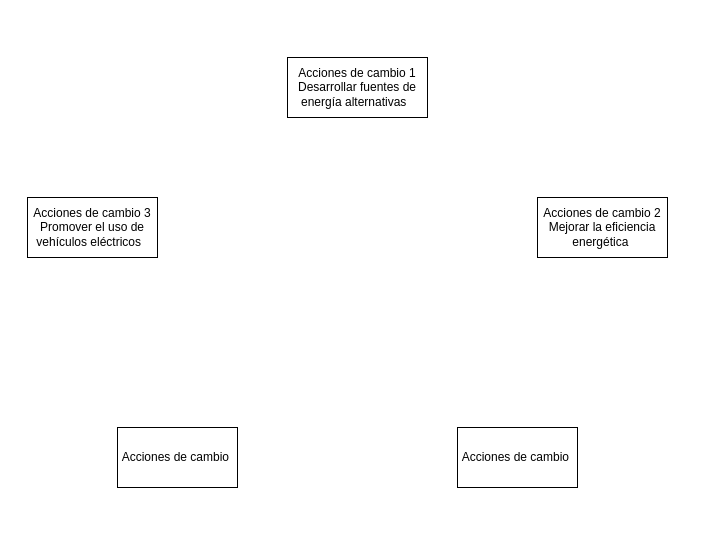
This is Diagrama sin título.drawio from Diego-Campo/sistemas, a draw.io file, before an edit. Source tidied: cells renumbered, new cells numbered last; positions are measured from the earlier drawing's top-left corner, leaving out a move shared by most shapes. Both pictures are drawn from the tidied source at 100%, with x=0, y=0 at pixel (27, 57).
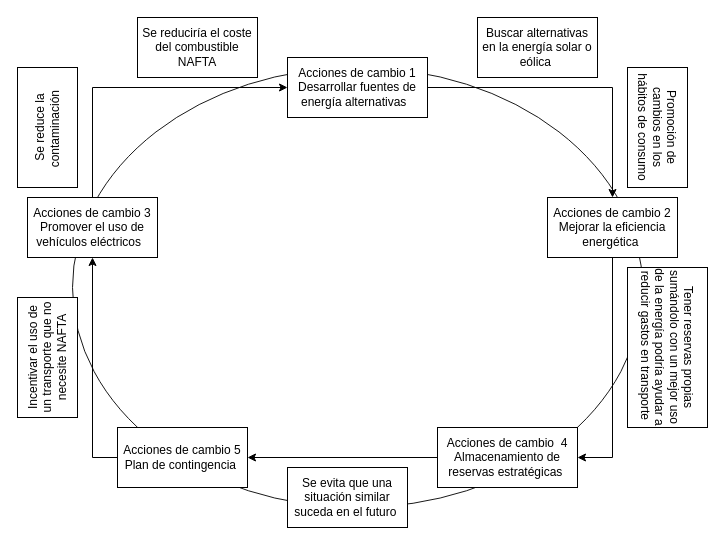
After the change.

Change to the diagram source:
```diff
@@
 <mxGraphModel>
   <root>
     <mxCell id="0" />
     <mxCell id="1" parent="0" />
+    <mxCell id="7" style="ellipse;whiteSpace=wrap;html=1;gradientColor=default;fillColor=none;opacity=90;" parent="1" vertex="1">
+      <mxGeometry x="45" y="10" width="570" height="440" as="geometry" />
+    </mxCell>
+    <mxCell id="8" style="edgeStyle=orthogonalEdgeStyle;rounded=0;jettySize=auto;html=1;exitX=1;exitY=0.5;exitDx=0;exitDy=0;entryX=0.5;entryY=0;entryDx=0;entryDy=0;" parent="1" edge="1" source="2" target="5">
+      <mxGeometry relative="1" as="geometry" />
+    </mxCell>
     <mxCell id="2" value="Acciones de cambio 1&lt;br&gt;Desarrollar fuentes de energía alternativas&amp;nbsp;&amp;nbsp;" style="rounded=0;whiteSpace=wrap;html=1;" parent="1" vertex="1">
       <mxGeometry x="260" width="140" height="60" as="geometry" />
     </mxCell>
+    <mxCell id="9" style="edgeStyle=orthogonalEdgeStyle;rounded=0;jettySize=auto;html=1;exitX=0.5;exitY=0;exitDx=0;exitDy=0;entryX=0;entryY=0.5;entryDx=0;entryDy=0;" parent="1" edge="1" source="3" target="2">
+      <mxGeometry relative="1" as="geometry" />
+    </mxCell>
     <mxCell id="3" value="Acciones de cambio 3&lt;br&gt;Promover el uso de vehículos eléctricos&amp;nbsp;&amp;nbsp;" style="rounded=0;whiteSpace=wrap;html=1;" parent="1" vertex="1">
       <mxGeometry y="140" width="130" height="60" as="geometry" />
     </mxCell>
+    <mxCell id="10" style="edgeStyle=orthogonalEdgeStyle;rounded=0;jettySize=auto;html=1;exitX=0;exitY=0.5;exitDx=0;exitDy=0;entryX=1;entryY=0.5;entryDx=0;entryDy=0;" parent="1" edge="1" source="4" target="6">
+      <mxGeometry relative="1" as="geometry" />
+    </mxCell>
-    <mxCell id="4" value="Acciones de cambio&amp;nbsp;" style="rounded=0;whiteSpace=wrap;html=1;" parent="1" vertex="1">
-      <mxGeometry x="430" y="370" width="120" height="60" as="geometry" />
+    <mxCell id="4" value="Acciones de cambio&amp;nbsp; 4&lt;br&gt;Almacenamiento de reservas estratégicas&amp;nbsp;&lt;br&gt;" style="rounded=0;whiteSpace=wrap;html=1;" parent="1" vertex="1">
+      <mxGeometry x="410" y="370" width="140" height="60" as="geometry" />
     </mxCell>
+    <mxCell id="11" style="edgeStyle=orthogonalEdgeStyle;rounded=0;jettySize=auto;html=1;exitX=0.5;exitY=1;exitDx=0;exitDy=0;entryX=1;entryY=0.5;entryDx=0;entryDy=0;" parent="1" edge="1" source="5" target="4">
+      <mxGeometry relative="1" as="geometry" />
+    </mxCell>
     <mxCell id="5" value="Acciones de cambio 2&lt;br&gt;Mejorar la eficiencia energética&amp;nbsp;" style="rounded=0;whiteSpace=wrap;html=1;" parent="1" vertex="1">
-      <mxGeometry x="510" y="140" width="130" height="60" as="geometry" />
+      <mxGeometry x="520" y="140" width="130" height="60" as="geometry" />
     </mxCell>
+    <mxCell id="12" style="edgeStyle=orthogonalEdgeStyle;rounded=0;jettySize=auto;html=1;exitX=0;exitY=0.5;exitDx=0;exitDy=0;entryX=0.5;entryY=1;entryDx=0;entryDy=0;" parent="1" edge="1" source="6" target="3">
+      <mxGeometry relative="1" as="geometry" />
+    </mxCell>
-    <mxCell id="6" value="Acciones de cambio&amp;nbsp;" style="rounded=0;whiteSpace=wrap;html=1;" parent="1" vertex="1">
-      <mxGeometry x="90" y="370" width="120" height="60" as="geometry" />
+    <mxCell id="6" value="Acciones de cambio 5&lt;br&gt;Plan de contingencia&amp;nbsp;" style="rounded=0;whiteSpace=wrap;html=1;" parent="1" vertex="1">
+      <mxGeometry x="90" y="370" width="130" height="60" as="geometry" />
     </mxCell>
+    <mxCell id="13" value="Se reduce la contaminación&amp;nbsp;" style="rounded=0;whiteSpace=wrap;html=1;rotation=-90;" parent="1" vertex="1">
+      <mxGeometry x="-40" y="40" width="120" height="60" as="geometry" />
+    </mxCell>
+    <mxCell id="14" value="Incentivar el uso de un transporte que no necesite NAFTA" style="rounded=0;whiteSpace=wrap;html=1;rotation=-90;" parent="1" vertex="1">
+      <mxGeometry x="-40" y="270" width="120" height="60" as="geometry" />
+    </mxCell>
+    <mxCell id="15" value="Se evita que una situación similar suceda en el futuro&amp;nbsp;" style="rounded=0;whiteSpace=wrap;html=1;" parent="1" vertex="1">
+      <mxGeometry x="260" y="410" width="120" height="60" as="geometry" />
+    </mxCell>
+    <mxCell id="16" value="Tener reservas propias sumándolo con un mejor uso de la energía podría ayudar a reducir gastos en transporte&amp;nbsp;" style="rounded=0;whiteSpace=wrap;html=1;rotation=90;" parent="1" vertex="1">
+      <mxGeometry x="560" y="250" width="160" height="80" as="geometry" />
+    </mxCell>
+    <mxCell id="17" value="Se reduciría el coste del combustible NAFTA" style="rounded=0;whiteSpace=wrap;html=1;" parent="1" vertex="1">
+      <mxGeometry x="110" y="-40" width="120" height="60" as="geometry" />
+    </mxCell>
+    <mxCell id="18" value="Promoción de cambios en los hábitos de consumo" style="rounded=0;whiteSpace=wrap;html=1;rotation=90;" parent="1" vertex="1">
+      <mxGeometry x="570" y="40" width="120" height="60" as="geometry" />
+    </mxCell>
+    <mxCell id="19" value="Buscar alternativas en la energía solar o eólica&amp;nbsp;" style="rounded=0;whiteSpace=wrap;html=1;" parent="1" vertex="1">
+      <mxGeometry x="450" y="-40" width="120" height="60" as="geometry" />
+    </mxCell>
   </root>
 </mxGraphModel>
```
